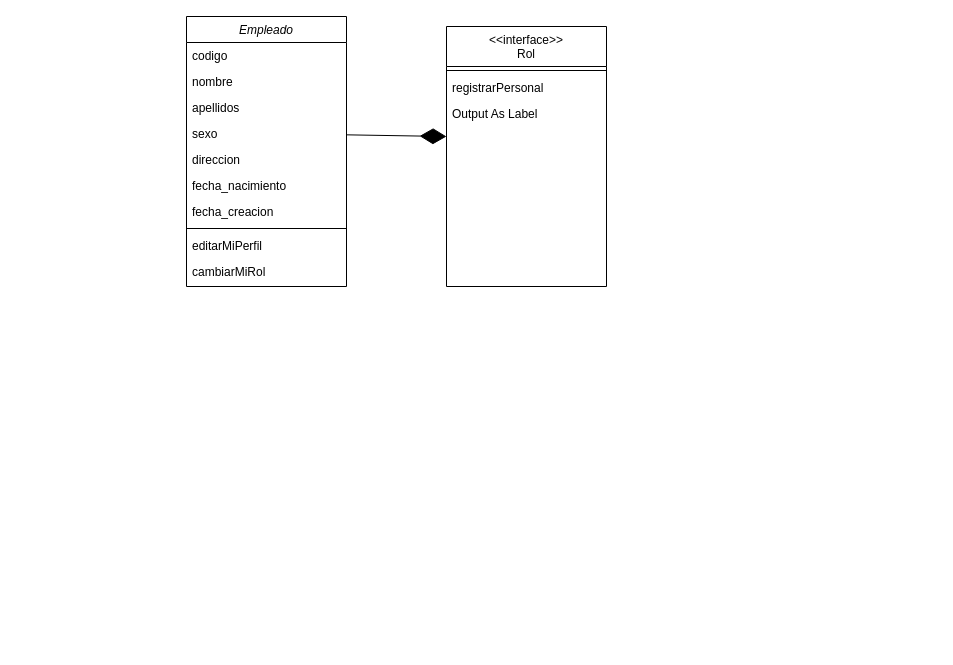
This is Untitled Diagram.drawio from code-geeks-dsi/sistema_clinico_medico, a draw.io file, before an edit. Source tidied: cells renumbered, new cells numbered last; positions are measured from the earlier drawing's top-left corner, leaving out a move shared by most shapes. Both pictures are drawn from the tidied source at 100%, with x=0, y=0 at pixel (186, 16).
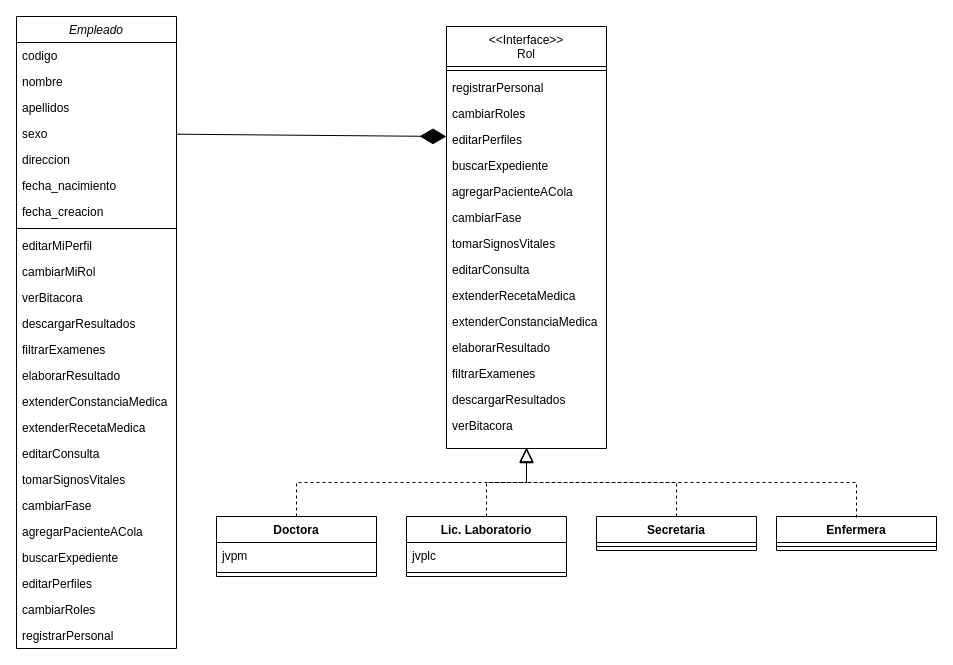
After the change.

Commit message:
digrama de clases sistema clinico medico.drawio

Change to the diagram source:
```diff
@@
     <mxCell id="2" value="Empleado" style="swimlane;fontStyle=2;align=center;verticalAlign=top;horizontal=1;startSize=26;rounded=0;shadow=0;strokeWidth=1;" parent="1" vertex="1">
-      <mxGeometry width="160" height="270" as="geometry" />
+      <mxGeometry x="-170" width="160" height="632" as="geometry" />
     </mxCell>
@@
+    <mxCell id="18" value="verBitacora" style="text;align=left;verticalAlign=top;spacingLeft=4;spacingRight=4;overflow=hidden;" parent="2" vertex="1">
+      <mxGeometry y="268" width="160" height="26" as="geometry" />
+    </mxCell>
+    <mxCell id="19" value="descargarResultados" style="text;align=left;verticalAlign=top;spacingLeft=4;spacingRight=4;overflow=hidden;" parent="2" vertex="1">
+      <mxGeometry y="294" width="160" height="26" as="geometry" />
+    </mxCell>
+    <mxCell id="20" value="filtrarExamenes" style="text;align=left;verticalAlign=top;spacingLeft=4;spacingRight=4;overflow=hidden;" parent="2" vertex="1">
+      <mxGeometry y="320" width="160" height="26" as="geometry" />
+    </mxCell>
+    <mxCell id="21" value="elaborarResultado" style="text;align=left;verticalAlign=top;spacingLeft=4;spacingRight=4;overflow=hidden;" parent="2" vertex="1">
+      <mxGeometry y="346" width="160" height="26" as="geometry" />
+    </mxCell>
+    <mxCell id="22" value="extenderConstanciaMedica" style="text;align=left;verticalAlign=top;spacingLeft=4;spacingRight=4;overflow=hidden;" parent="2" vertex="1">
+      <mxGeometry y="372" width="160" height="26" as="geometry" />
+    </mxCell>
+    <mxCell id="23" value="extenderRecetaMedica" style="text;align=left;verticalAlign=top;spacingLeft=4;spacingRight=4;overflow=hidden;" parent="2" vertex="1">
+      <mxGeometry y="398" width="160" height="26" as="geometry" />
+    </mxCell>
+    <mxCell id="24" value="editarConsulta" style="text;align=left;verticalAlign=top;spacingLeft=4;spacingRight=4;overflow=hidden;" parent="2" vertex="1">
+      <mxGeometry y="424" width="160" height="26" as="geometry" />
+    </mxCell>
+    <mxCell id="25" value="tomarSignosVitales" style="text;align=left;verticalAlign=top;spacingLeft=4;spacingRight=4;overflow=hidden;" parent="2" vertex="1">
+      <mxGeometry y="450" width="160" height="26" as="geometry" />
+    </mxCell>
+    <mxCell id="26" value="cambiarFase" style="text;align=left;verticalAlign=top;spacingLeft=4;spacingRight=4;overflow=hidden;" parent="2" vertex="1">
+      <mxGeometry y="476" width="160" height="26" as="geometry" />
+    </mxCell>
+    <mxCell id="27" value="agregarPacienteACola" style="text;align=left;verticalAlign=top;spacingLeft=4;spacingRight=4;overflow=hidden;" parent="2" vertex="1">
+      <mxGeometry y="502" width="160" height="26" as="geometry" />
+    </mxCell>
+    <mxCell id="28" value="buscarExpediente" style="text;align=left;verticalAlign=top;spacingLeft=4;spacingRight=4;overflow=hidden;" parent="2" vertex="1">
+      <mxGeometry y="528" width="160" height="26" as="geometry" />
+    </mxCell>
+    <mxCell id="29" value="editarPerfiles" style="text;align=left;verticalAlign=top;spacingLeft=4;spacingRight=4;overflow=hidden;" parent="2" vertex="1">
+      <mxGeometry y="554" width="160" height="26" as="geometry" />
+    </mxCell>
+    <mxCell id="30" value="cambiarRoles" style="text;align=left;verticalAlign=top;spacingLeft=4;spacingRight=4;overflow=hidden;" parent="2" vertex="1">
+      <mxGeometry y="580" width="160" height="26" as="geometry" />
+    </mxCell>
+    <mxCell id="31" value="registrarPersonal" style="text;align=left;verticalAlign=top;spacingLeft=4;spacingRight=4;overflow=hidden;" parent="2" vertex="1">
+      <mxGeometry y="606" width="160" height="26" as="geometry" />
+    </mxCell>
-    <mxCell id="13" value="&lt;&lt;interface&gt;&gt;&#10;Rol" style="swimlane;fontStyle=0;align=center;verticalAlign=top;horizontal=1;startSize=40;rounded=0;shadow=0;strokeWidth=1;" parent="1" vertex="1">
-      <mxGeometry x="260" y="10" width="160" height="260" as="geometry" />
+    <mxCell id="13" value="&lt;&lt;Interface&gt;&gt;&#10;Rol" style="swimlane;fontStyle=0;align=center;verticalAlign=top;horizontal=1;startSize=40;rounded=0;shadow=0;strokeWidth=1;" parent="1" vertex="1">
+      <mxGeometry x="260" y="10" width="160" height="422" as="geometry" />
     </mxCell>
@@
-    <mxCell id="16" value="Output As Label" style="text;align=left;verticalAlign=top;spacingLeft=4;spacingRight=4;overflow=hidden;" parent="13" vertex="1">
+    <mxCell id="16" value="cambiarRoles" style="text;align=left;verticalAlign=top;spacingLeft=4;spacingRight=4;overflow=hidden;" parent="13" vertex="1">
       <mxGeometry y="74" width="160" height="26" as="geometry" />
     </mxCell>
+    <mxCell id="32" value="editarPerfiles" style="text;align=left;verticalAlign=top;spacingLeft=4;spacingRight=4;overflow=hidden;" parent="13" vertex="1">
+      <mxGeometry y="100" width="160" height="26" as="geometry" />
+    </mxCell>
+    <mxCell id="33" value="buscarExpediente" style="text;align=left;verticalAlign=top;spacingLeft=4;spacingRight=4;overflow=hidden;" parent="13" vertex="1">
+      <mxGeometry y="126" width="160" height="26" as="geometry" />
+    </mxCell>
+    <mxCell id="34" value="agregarPacienteACola" style="text;align=left;verticalAlign=top;spacingLeft=4;spacingRight=4;overflow=hidden;" parent="13" vertex="1">
+      <mxGeometry y="152" width="160" height="26" as="geometry" />
+    </mxCell>
+    <mxCell id="35" value="cambiarFase" style="text;align=left;verticalAlign=top;spacingLeft=4;spacingRight=4;overflow=hidden;" parent="13" vertex="1">
+      <mxGeometry y="178" width="160" height="26" as="geometry" />
+    </mxCell>
+    <mxCell id="36" value="tomarSignosVitales" style="text;align=left;verticalAlign=top;spacingLeft=4;spacingRight=4;overflow=hidden;" parent="13" vertex="1">
+      <mxGeometry y="204" width="160" height="26" as="geometry" />
+    </mxCell>
+    <mxCell id="37" value="editarConsulta" style="text;align=left;verticalAlign=top;spacingLeft=4;spacingRight=4;overflow=hidden;" parent="13" vertex="1">
+      <mxGeometry y="230" width="160" height="26" as="geometry" />
+    </mxCell>
+    <mxCell id="38" value="extenderRecetaMedica" style="text;align=left;verticalAlign=top;spacingLeft=4;spacingRight=4;overflow=hidden;" parent="13" vertex="1">
+      <mxGeometry y="256" width="160" height="26" as="geometry" />
+    </mxCell>
+    <mxCell id="39" value="extenderConstanciaMedica" style="text;align=left;verticalAlign=top;spacingLeft=4;spacingRight=4;overflow=hidden;" parent="13" vertex="1">
+      <mxGeometry y="282" width="160" height="26" as="geometry" />
+    </mxCell>
+    <mxCell id="40" value="elaborarResultado" style="text;align=left;verticalAlign=top;spacingLeft=4;spacingRight=4;overflow=hidden;" parent="13" vertex="1">
+      <mxGeometry y="308" width="160" height="26" as="geometry" />
+    </mxCell>
+    <mxCell id="41" value="filtrarExamenes" style="text;align=left;verticalAlign=top;spacingLeft=4;spacingRight=4;overflow=hidden;" parent="13" vertex="1">
+      <mxGeometry y="334" width="160" height="26" as="geometry" />
+    </mxCell>
+    <mxCell id="42" value="descargarResultados" style="text;align=left;verticalAlign=top;spacingLeft=4;spacingRight=4;overflow=hidden;" parent="13" vertex="1">
+      <mxGeometry y="360" width="160" height="26" as="geometry" />
+    </mxCell>
+    <mxCell id="43" value="verBitacora" style="text;align=left;verticalAlign=top;spacingLeft=4;spacingRight=4;overflow=hidden;" parent="13" vertex="1">
+      <mxGeometry y="386" width="160" height="26" as="geometry" />
+    </mxCell>
@@
+    <mxCell id="44" value="Doctora" style="swimlane;fontStyle=1;align=center;verticalAlign=top;horizontal=1;startSize=26;" parent="1" vertex="1">
+      <mxGeometry x="30" y="500" width="160" height="60" as="geometry" />
+    </mxCell>
+    <mxCell id="45" value="jvpm" style="text;strokeColor=none;fillColor=none;align=left;verticalAlign=top;spacingLeft=4;spacingRight=4;overflow=hidden;" parent="44" vertex="1">
+      <mxGeometry y="26" width="160" height="26" as="geometry" />
+    </mxCell>
+    <mxCell id="46" style="line;strokeWidth=1;fillColor=none;align=left;verticalAlign=middle;spacingTop=-1;spacingLeft=3;spacingRight=3;labelPosition=right;" parent="44" vertex="1">
+      <mxGeometry y="52" width="160" height="8" as="geometry" />
+    </mxCell>
+    <mxCell id="47" value="Lic. Laboratorio" style="swimlane;fontStyle=1;align=center;verticalAlign=top;horizontal=1;startSize=26;" parent="1" vertex="1">
+      <mxGeometry x="220" y="500" width="160" height="60" as="geometry" />
+    </mxCell>
+    <mxCell id="48" value="jvplc" style="text;strokeColor=none;fillColor=none;align=left;verticalAlign=top;spacingLeft=4;spacingRight=4;overflow=hidden;" parent="47" vertex="1">
+      <mxGeometry y="26" width="160" height="26" as="geometry" />
+    </mxCell>
+    <mxCell id="49" style="line;strokeWidth=1;fillColor=none;align=left;verticalAlign=middle;spacingTop=-1;spacingLeft=3;spacingRight=3;labelPosition=right;" parent="47" vertex="1">
+      <mxGeometry y="52" width="160" height="8" as="geometry" />
+    </mxCell>
+    <mxCell id="50" value="Secretaria" style="swimlane;fontStyle=1;align=center;verticalAlign=top;horizontal=1;startSize=26;" parent="1" vertex="1">
+      <mxGeometry x="410" y="500" width="160" height="34" as="geometry" />
+    </mxCell>
+    <mxCell id="51" style="line;strokeWidth=1;fillColor=none;align=left;verticalAlign=middle;spacingTop=-1;spacingLeft=3;spacingRight=3;labelPosition=right;" parent="50" vertex="1">
+      <mxGeometry y="26" width="160" height="8" as="geometry" />
+    </mxCell>
+    <mxCell id="52" value="Enfermera" style="swimlane;fontStyle=1;align=center;verticalAlign=top;horizontal=1;startSize=26;" parent="1" vertex="1">
+      <mxGeometry x="590" y="500" width="160" height="34" as="geometry" />
+    </mxCell>
+    <mxCell id="53" style="line;strokeWidth=1;fillColor=none;align=left;verticalAlign=middle;spacingTop=-1;spacingLeft=3;spacingRight=3;labelPosition=right;" parent="52" vertex="1">
+      <mxGeometry y="26" width="160" height="8" as="geometry" />
+    </mxCell>
+    <mxCell id="54" style="endArrow=block;dashed=1;endFill=0;endSize=12;html=1;rounded=0;entryX=0.5;entryY=1;entryDx=0;entryDy=0;exitX=0.5;exitY=0;exitDx=0;exitDy=0;edgeStyle=orthogonalEdgeStyle;" parent="1" edge="1" source="44" target="13">
+      <mxGeometry relative="1" as="geometry" />
+    </mxCell>
+    <mxCell id="55" style="endArrow=block;dashed=1;endFill=0;endSize=12;html=1;rounded=0;entryX=0.5;entryY=1;entryDx=0;entryDy=0;exitX=0.5;exitY=0;exitDx=0;exitDy=0;edgeStyle=orthogonalEdgeStyle;" parent="1" edge="1" source="47" target="13">
+      <mxGeometry relative="1" as="geometry" />
+    </mxCell>
+    <mxCell id="56" style="endArrow=block;dashed=1;endFill=0;endSize=12;html=1;rounded=0;entryX=0.5;entryY=1;entryDx=0;entryDy=0;exitX=0.5;exitY=0;exitDx=0;exitDy=0;edgeStyle=orthogonalEdgeStyle;" parent="1" edge="1" source="50" target="13">
+      <mxGeometry relative="1" as="geometry" />
+    </mxCell>
+    <mxCell id="57" style="endArrow=block;dashed=1;endFill=0;endSize=12;html=1;rounded=0;exitX=0.5;exitY=0;exitDx=0;exitDy=0;edgeStyle=orthogonalEdgeStyle;" parent="1" edge="1">
+      <mxGeometry relative="1" as="geometry">
+        <mxPoint x="670" y="501" as="sourcePoint" />
+        <mxPoint x="340" y="431" as="targetPoint" />
+        <Array as="points">
+          <mxPoint x="670" y="466" />
+          <mxPoint x="340" y="466" />
+        </Array>
+      </mxGeometry>
+    </mxCell>
```
